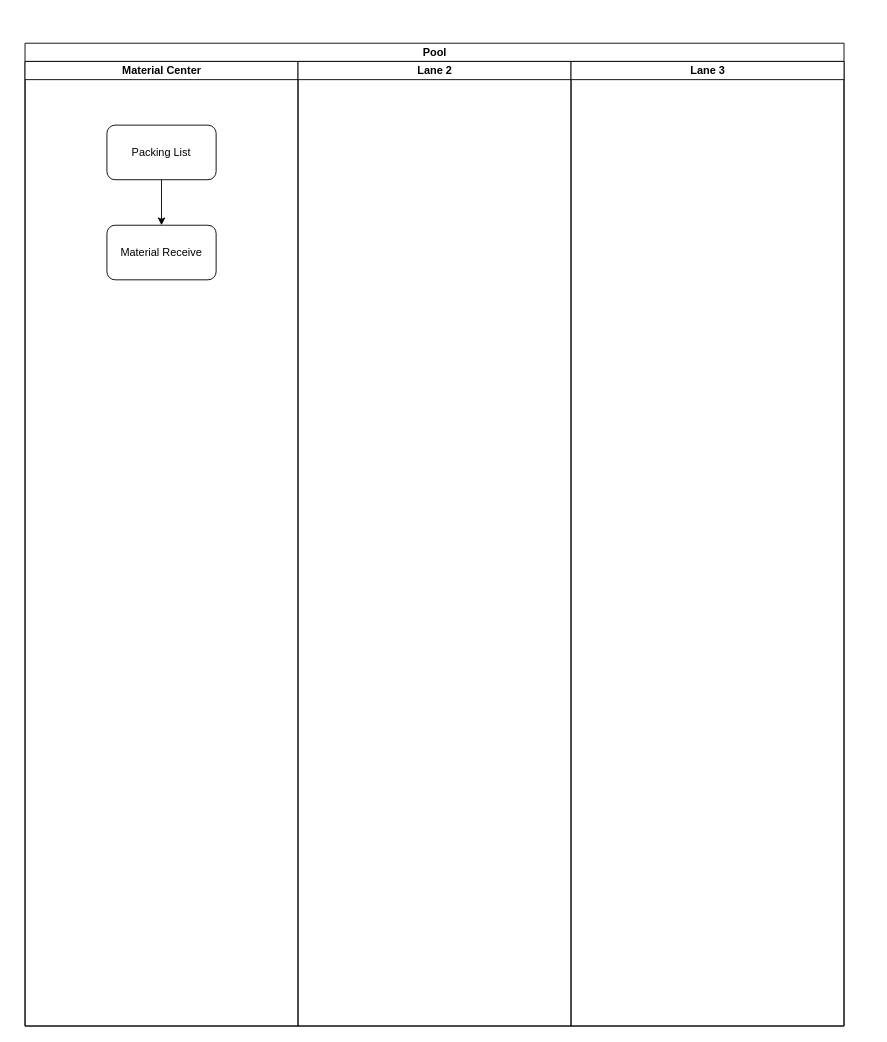
Above: pcs-piping.drawio in Jakkaphong2023/app-flowchart (draw.io), before the change. Source tidied: cells renumbered, new cells numbered last; positions are measured from the earlier drawing's top-left corner, leaving out a move shared by most shapes. Both pictures are drawn from the tidied source at 91%, with x=0, y=0 at pixel (25, 43).
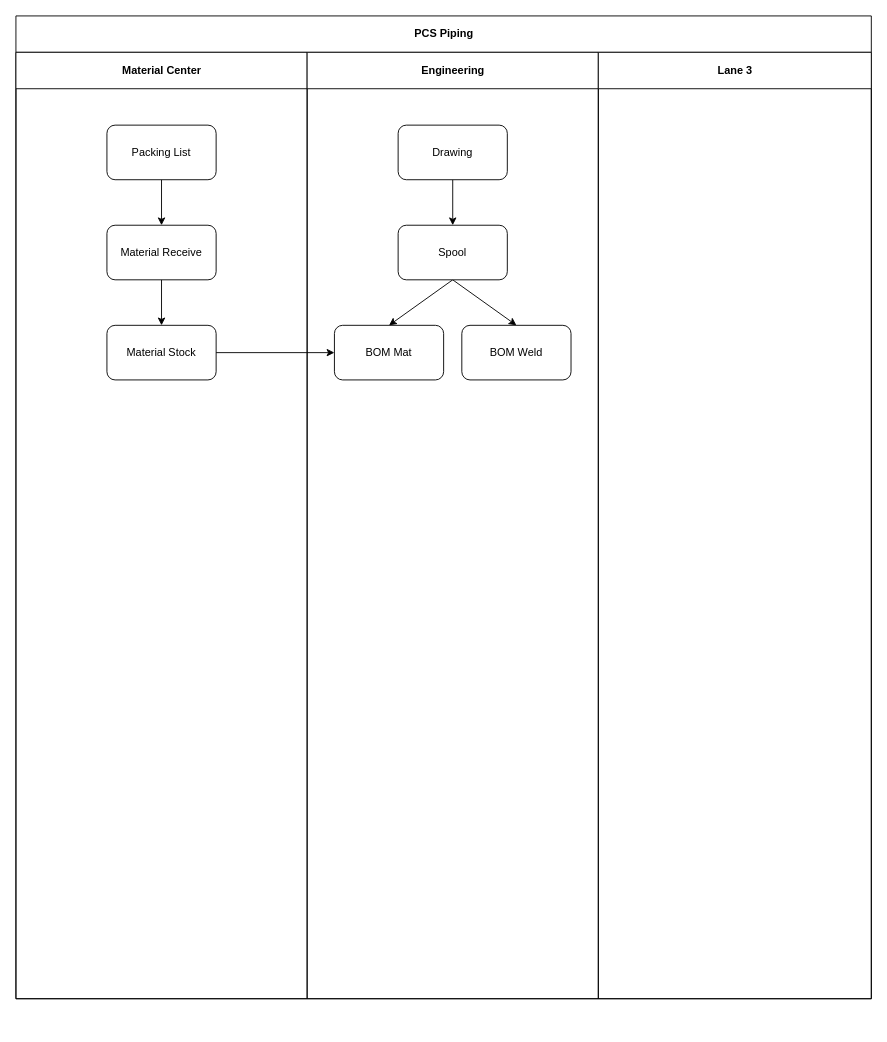
Above is the later version.

The edit, as a diff of the source:
```diff
@@
 <mxGraphModel>
   <root>
     <mxCell id="0" />
     <mxCell id="1" parent="0" />
     <mxCell id="2" parent="0" />
-    <mxCell id="3" value="Pool" style="swimlane;startSize=20;html=1;" parent="2" vertex="1">
-      <mxGeometry width="900" height="1080" as="geometry" />
+    <mxCell id="3" value="PCS Piping" style="swimlane;startSize=40;html=1;" parent="2" vertex="1">
+      <mxGeometry x="-10" y="-30" width="940" height="1080" as="geometry" />
     </mxCell>
-    <mxCell id="4" value="Material Center" style="swimlane;startSize=20;html=1;" parent="3" vertex="1">
-      <mxGeometry y="20" width="300" height="1060" as="geometry" />
+    <mxCell id="4" value="Material Center" style="swimlane;startSize=40;html=1;" parent="3" vertex="1">
+      <mxGeometry y="40" width="320" height="1040" as="geometry" />
     </mxCell>
-    <mxCell id="5" value="Lane 2" style="swimlane;startSize=20;html=1;" parent="3" vertex="1">
-      <mxGeometry x="300" y="20" width="300" height="1060" as="geometry" />
+    <mxCell id="5" value="Engineering" style="swimlane;startSize=40;html=1;" parent="3" vertex="1">
+      <mxGeometry x="320" y="40" width="320" height="1040" as="geometry" />
     </mxCell>
-    <mxCell id="6" value="Lane 3" style="swimlane;startSize=20;html=1;" parent="3" vertex="1">
-      <mxGeometry x="600" y="20" width="300" height="1060" as="geometry" />
+    <mxCell id="6" value="Lane 3" style="swimlane;startSize=40;html=1;" parent="3" vertex="1">
+      <mxGeometry x="640" y="40" width="300" height="1040" as="geometry" />
     </mxCell>
     <mxCell id="7" parent="0" />
     <mxCell id="8" style="edgeStyle=none;html=1;exitX=0.5;exitY=1;exitDx=0;exitDy=0;entryX=0.5;entryY=0;entryDx=0;entryDy=0;" parent="7" edge="1" source="9" target="10">
       <mxGeometry relative="1" as="geometry" />
     </mxCell>
     <mxCell id="9" value="Packing List" style="rounded=1;whiteSpace=wrap;html=1;" parent="7" vertex="1">
       <mxGeometry x="90" y="90" width="120" height="60" as="geometry" />
     </mxCell>
+    <mxCell id="11" style="edgeStyle=none;html=1;exitX=0.5;exitY=1;exitDx=0;exitDy=0;entryX=0.5;entryY=0;entryDx=0;entryDy=0;" parent="7" edge="1" source="10" target="12">
+      <mxGeometry relative="1" as="geometry" />
+    </mxCell>
     <mxCell id="10" value="Material Receive" style="rounded=1;whiteSpace=wrap;html=1;" parent="7" vertex="1">
       <mxGeometry x="90" y="200" width="120" height="60" as="geometry" />
     </mxCell>
+    <mxCell id="12" value="Material Stock" style="rounded=1;whiteSpace=wrap;html=1;" parent="7" vertex="1">
+      <mxGeometry x="90" y="310" width="120" height="60" as="geometry" />
+    </mxCell>
+    <mxCell id="13" parent="0" />
+    <mxCell id="14" style="edgeStyle=none;sketch=0;html=1;exitX=0.5;exitY=1;exitDx=0;exitDy=0;entryX=0.5;entryY=0;entryDx=0;entryDy=0;shadow=0;" parent="13" edge="1" source="15" target="20">
+      <mxGeometry relative="1" as="geometry" />
+    </mxCell>
+    <mxCell id="15" value="Drawing" style="rounded=1;whiteSpace=wrap;html=1;" parent="13" vertex="1">
+      <mxGeometry x="410" y="90" width="120" height="60" as="geometry" />
+    </mxCell>
+    <mxCell id="16" value="BOM Mat" style="rounded=1;whiteSpace=wrap;html=1;" parent="13" vertex="1">
+      <mxGeometry x="340" y="310" width="120" height="60" as="geometry" />
+    </mxCell>
+    <mxCell id="17" value="BOM Weld" style="rounded=1;whiteSpace=wrap;html=1;" parent="13" vertex="1">
+      <mxGeometry x="480" y="310" width="120" height="60" as="geometry" />
+    </mxCell>
+    <mxCell id="18" style="edgeStyle=none;sketch=0;html=1;exitX=0.5;exitY=1;exitDx=0;exitDy=0;entryX=0.5;entryY=0;entryDx=0;entryDy=0;shadow=0;" parent="13" edge="1" source="20" target="16">
+      <mxGeometry relative="1" as="geometry" />
+    </mxCell>
+    <mxCell id="19" style="edgeStyle=none;sketch=0;html=1;exitX=0.5;exitY=1;exitDx=0;exitDy=0;entryX=0.5;entryY=0;entryDx=0;entryDy=0;shadow=0;" parent="13" edge="1" source="20" target="17">
+      <mxGeometry relative="1" as="geometry" />
+    </mxCell>
+    <mxCell id="20" value="Spool" style="rounded=1;whiteSpace=wrap;html=1;" parent="13" vertex="1">
+      <mxGeometry x="410" y="200" width="120" height="60" as="geometry" />
+    </mxCell>
+    <mxCell id="21" style="edgeStyle=none;sketch=0;html=1;exitX=1;exitY=0.5;exitDx=0;exitDy=0;shadow=0;" parent="13" edge="1" source="12" target="16">
+      <mxGeometry relative="1" as="geometry" />
+    </mxCell>
   </root>
 </mxGraphModel>
```
